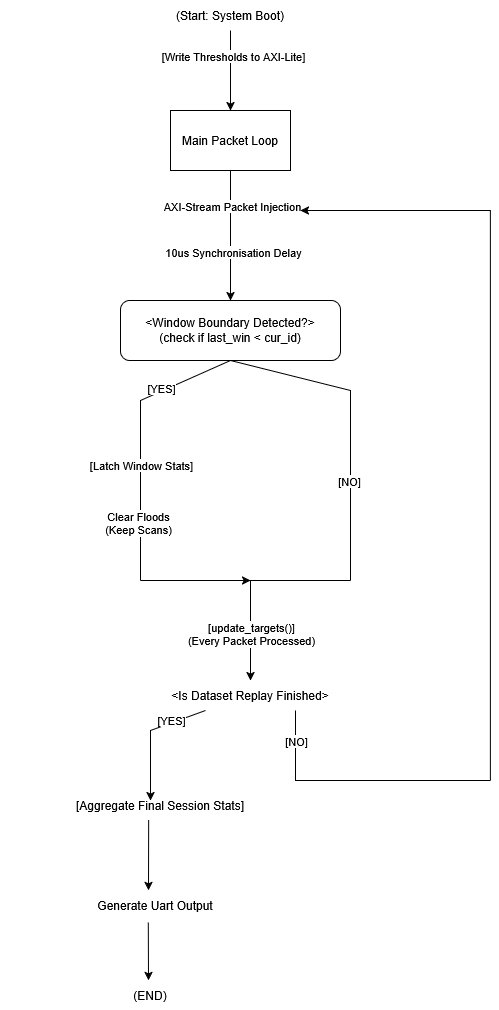
Earlier version of the draw.io export Images/flowchart_system.drawio.png (EoinShe/EE694-Capstone-Project-Final-Report). Source tidied: cells renumbered, new cells last; positions are measured from the earlier drawing's top-left corner, leaving out a move shared by most shapes. The source it was exported from:
```xml
<mxGraphModel>
  <root>
    <mxCell id="0" />
    <mxCell id="1" parent="0" />
    <mxCell id="2" value="(Start: System Boot)" style="text;html=1;whiteSpace=wrap;strokeColor=none;fillColor=none;align=center;verticalAlign=middle;rounded=0;" parent="1" vertex="1">
      <mxGeometry x="160" width="140" height="30" as="geometry" />
    </mxCell>
    <mxCell id="3" value="Main Packet Loop" style="rounded=0;whiteSpace=wrap;html=1;" parent="1" vertex="1">
      <mxGeometry x="170" y="110" width="120" height="60" as="geometry" />
    </mxCell>
    <mxCell id="4" style="endArrow=classic;html=1;rounded=0;exitX=0.5;exitY=1;exitDx=0;exitDy=0;" parent="1" edge="1" source="2" target="3">
      <mxGeometry relative="1" as="geometry" />
    </mxCell>
    <mxCell id="5" value="[Write Thresholds to AXI-Lite]" style="edgeLabel;html=1;align=center;verticalAlign=middle;" parent="4" vertex="1">
      <mxGeometry x="-0.37" y="2" relative="1" as="geometry" />
    </mxCell>
    <mxCell id="6" style="endArrow=classic;html=1;rounded=0;exitX=0.5;exitY=1;exitDx=0;exitDy=0;" parent="1" edge="1" source="3">
      <mxGeometry relative="1" as="geometry">
        <mxPoint x="230" y="300" as="targetPoint" />
      </mxGeometry>
    </mxCell>
    <mxCell id="7" value="AXI-Stream Packet Injection" style="edgeLabel;html=1;align=center;verticalAlign=middle;" parent="6" vertex="1">
      <mxGeometry x="-0.46" y="1" relative="1" as="geometry" />
    </mxCell>
    <mxCell id="8" value="10us Synchronisation Delay" style="edgeLabel;html=1;align=center;verticalAlign=middle;" parent="6" vertex="1">
      <mxGeometry x="0.25" y="2" relative="1" as="geometry" />
    </mxCell>
    <mxCell id="9" value="&lt;div&gt;&amp;lt;Window Boundary Detected?&amp;gt;&lt;/div&gt;(check if last_win &amp;lt; cur_id)" style="rounded=1;whiteSpace=wrap;html=1;" parent="1" vertex="1">
      <mxGeometry x="120" y="300" width="220" height="60" as="geometry" />
    </mxCell>
    <mxCell id="10" style="endArrow=none;html=1;rounded=0;exitX=0.5;exitY=1;exitDx=0;exitDy=0;endFill=0;" parent="1" edge="1" source="9">
      <mxGeometry relative="1" as="geometry">
        <mxPoint x="140" y="580" as="targetPoint" />
        <Array as="points">
          <mxPoint x="140" y="400" />
        </Array>
      </mxGeometry>
    </mxCell>
    <mxCell id="11" value="[YES]" style="edgeLabel;html=1;align=center;verticalAlign=middle;" parent="10" vertex="1">
      <mxGeometry x="-0.44" y="4" relative="1" as="geometry">
        <mxPoint y="-8" as="offset" />
      </mxGeometry>
    </mxCell>
    <mxCell id="12" value="[Latch Window Stats]" style="edgeLabel;html=1;align=center;verticalAlign=middle;" parent="10" vertex="1">
      <mxGeometry x="0.52" relative="1" as="geometry">
        <mxPoint y="-49" as="offset" />
      </mxGeometry>
    </mxCell>
    <mxCell id="13" value="&lt;div&gt;Clear Floods&lt;/div&gt;&lt;div&gt;(Keep Scans)&lt;/div&gt;" style="edgeLabel;html=1;align=center;verticalAlign=middle;" parent="10" vertex="1">
      <mxGeometry x="0.58" y="-3" relative="1" as="geometry" />
    </mxCell>
    <mxCell id="14" style="endArrow=classic;html=1;rounded=0;" parent="1" edge="1">
      <mxGeometry relative="1" as="geometry">
        <mxPoint x="140" y="580" as="sourcePoint" />
        <mxPoint x="250" y="580" as="targetPoint" />
      </mxGeometry>
    </mxCell>
    <mxCell id="15" style="endArrow=none;html=1;rounded=0;" parent="1" edge="1">
      <mxGeometry relative="1" as="geometry">
        <mxPoint x="240" y="580" as="sourcePoint" />
        <mxPoint x="350" y="580" as="targetPoint" />
      </mxGeometry>
    </mxCell>
    <mxCell id="16" style="endArrow=none;html=1;rounded=0;entryX=0.5;entryY=1;entryDx=0;entryDy=0;" parent="1" edge="1" target="9">
      <mxGeometry relative="1" as="geometry">
        <mxPoint x="350" y="580" as="sourcePoint" />
        <Array as="points">
          <mxPoint x="350" y="390" />
        </Array>
      </mxGeometry>
    </mxCell>
    <mxCell id="17" value="[NO]" style="edgeLabel;html=1;align=center;verticalAlign=middle;" parent="16" vertex="1">
      <mxGeometry x="-0.36" y="2" relative="1" as="geometry" />
    </mxCell>
    <mxCell id="18" style="endArrow=classic;html=1;rounded=0;" parent="1" edge="1">
      <mxGeometry relative="1" as="geometry">
        <mxPoint x="250" y="580" as="sourcePoint" />
        <mxPoint x="250" y="680" as="targetPoint" />
      </mxGeometry>
    </mxCell>
    <mxCell id="19" value="&lt;div&gt;[update_targets()]&lt;/div&gt;&lt;div&gt;(Every Packet Processed)&lt;/div&gt;" style="edgeLabel;html=1;align=center;verticalAlign=middle;" parent="18" vertex="1">
      <mxGeometry x="-0.34" relative="1" as="geometry">
        <mxPoint y="20" as="offset" />
      </mxGeometry>
    </mxCell>
    <mxCell id="20" value="&amp;lt;Is Dataset Replay Finished&amp;gt;" style="text;html=1;whiteSpace=wrap;strokeColor=none;fillColor=none;align=center;verticalAlign=middle;rounded=0;" parent="1" vertex="1">
      <mxGeometry x="160" y="680" width="180" height="30" as="geometry" />
    </mxCell>
    <mxCell id="21" style="endArrow=none;html=1;rounded=0;entryX=0.75;entryY=1;entryDx=0;entryDy=0;curved=0;" parent="1" edge="1" target="20">
      <mxGeometry relative="1" as="geometry">
        <mxPoint x="490" y="780" as="sourcePoint" />
        <Array as="points">
          <mxPoint x="295" y="780" />
        </Array>
      </mxGeometry>
    </mxCell>
    <mxCell id="22" value="[NO]" style="edgeLabel;html=1;align=center;verticalAlign=middle;" parent="21" vertex="1">
      <mxGeometry x="0.78" relative="1" as="geometry" />
    </mxCell>
    <mxCell id="23" style="endArrow=classic;html=1;rounded=0;curved=0;" parent="1" edge="1">
      <mxGeometry relative="1" as="geometry">
        <mxPoint x="490" y="780" as="sourcePoint" />
        <mxPoint x="300" y="210" as="targetPoint" />
        <Array as="points">
          <mxPoint x="490" y="210" />
        </Array>
      </mxGeometry>
    </mxCell>
    <mxCell id="24" style="endArrow=classic;html=1;rounded=0;exitX=0.25;exitY=1;exitDx=0;exitDy=0;" parent="1" edge="1" source="20">
      <mxGeometry relative="1" as="geometry">
        <mxPoint x="150" y="800" as="targetPoint" />
        <Array as="points">
          <mxPoint x="150" y="730" />
        </Array>
      </mxGeometry>
    </mxCell>
    <mxCell id="25" value="[YES]" style="edgeLabel;html=1;align=center;verticalAlign=middle;" parent="24" vertex="1">
      <mxGeometry x="-0.43" relative="1" as="geometry">
        <mxPoint y="-3" as="offset" />
      </mxGeometry>
    </mxCell>
    <mxCell id="26" value="[Aggregate Final Session Stats]" style="text;html=1;whiteSpace=wrap;strokeColor=none;fillColor=none;align=center;verticalAlign=middle;rounded=0;" parent="1" vertex="1">
      <mxGeometry y="790" width="320" height="30" as="geometry" />
    </mxCell>
    <mxCell id="27" style="endArrow=classic;html=1;rounded=0;exitX=0.463;exitY=0.989;exitDx=0;exitDy=0;exitPerimeter=0;" parent="1" edge="1" source="26">
      <mxGeometry relative="1" as="geometry">
        <mxPoint x="148" y="890" as="targetPoint" />
      </mxGeometry>
    </mxCell>
    <mxCell id="28" value="Generate Uart Output" style="text;html=1;whiteSpace=wrap;strokeColor=none;fillColor=none;align=center;verticalAlign=middle;rounded=0;" parent="1" vertex="1">
      <mxGeometry x="80" y="890" width="150" height="30" as="geometry" />
    </mxCell>
    <mxCell id="29" style="endArrow=classic;html=1;rounded=0;exitX=0.452;exitY=1.07;exitDx=0;exitDy=0;exitPerimeter=0;" parent="1" edge="1" source="28">
      <mxGeometry relative="1" as="geometry">
        <mxPoint x="148" y="980" as="targetPoint" />
      </mxGeometry>
    </mxCell>
    <mxCell id="30" value="(END)" style="text;html=1;whiteSpace=wrap;strokeColor=none;fillColor=none;align=center;verticalAlign=middle;rounded=0;" parent="1" vertex="1">
      <mxGeometry x="120" y="980" width="60" height="30" as="geometry" />
    </mxCell>
  </root>
</mxGraphModel>
```
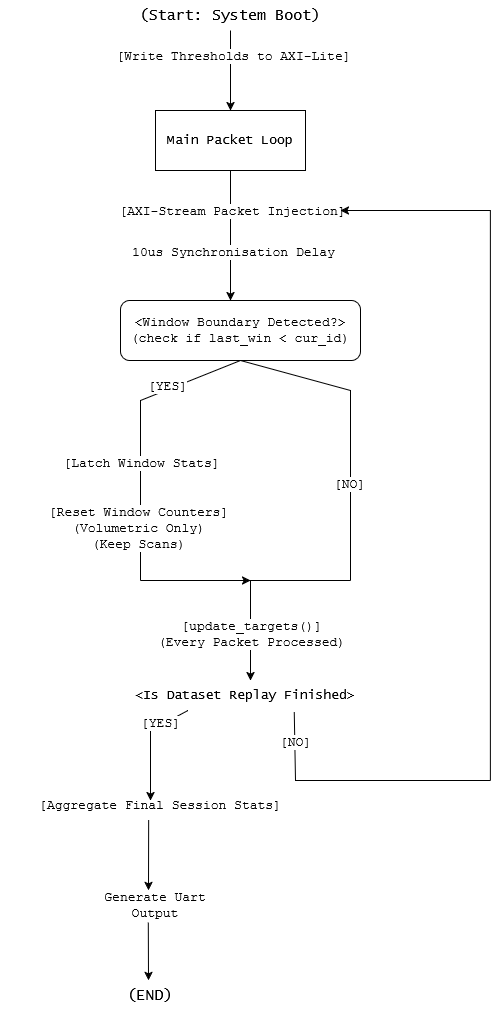
Above is the later version.

What changed in the source:
```diff
@@ -2,16 +2,16 @@
   <root>
     <mxCell id="0" />
     <mxCell id="1" parent="0" />
-    <mxCell id="2" value="(Start: System Boot)" style="text;html=1;whiteSpace=wrap;strokeColor=none;fillColor=none;align=center;verticalAlign=middle;rounded=0;" parent="1" vertex="1">
-      <mxGeometry x="160" width="140" height="30" as="geometry" />
+    <mxCell id="2" value="(Start: System Boot)" style="text;html=1;whiteSpace=wrap;strokeColor=none;fillColor=none;align=center;verticalAlign=middle;rounded=0;fontSize=15;fontFamily=Lucida Console;" parent="1" vertex="1">
+      <mxGeometry x="120" width="220" height="30" as="geometry" />
     </mxCell>
-    <mxCell id="3" value="Main Packet Loop" style="rounded=0;whiteSpace=wrap;html=1;" parent="1" vertex="1">
-      <mxGeometry x="170" y="110" width="120" height="60" as="geometry" />
+    <mxCell id="3" value="&lt;font face=&quot;Lucida Console&quot; style=&quot;font-size: 13px;&quot;&gt;Main Packet Loop&lt;/font&gt;" style="rounded=0;whiteSpace=wrap;html=1;" parent="1" vertex="1">
+      <mxGeometry x="155" y="110" width="150" height="60" as="geometry" />
     </mxCell>
     <mxCell id="4" style="endArrow=classic;html=1;rounded=0;exitX=0.5;exitY=1;exitDx=0;exitDy=0;" parent="1" edge="1" source="2" target="3">
       <mxGeometry relative="1" as="geometry" />
     </mxCell>
-    <mxCell id="5" value="[Write Thresholds to AXI-Lite]" style="edgeLabel;html=1;align=center;verticalAlign=middle;" parent="4" vertex="1">
+    <mxCell id="5" value="&lt;font style=&quot;font-size: 13px;&quot; face=&quot;Courier New&quot;&gt;[Write Thresholds to AXI-Lite]&lt;/font&gt;" style="edgeLabel;html=1;align=center;verticalAlign=middle;" parent="4" vertex="1">
       <mxGeometry x="-0.37" y="2" relative="1" as="geometry" />
     </mxCell>
     <mxCell id="6" style="endArrow=classic;html=1;rounded=0;exitX=0.5;exitY=1;exitDx=0;exitDy=0;" parent="1" edge="1" source="3">
@@ -19,14 +19,16 @@
         <mxPoint x="230" y="300" as="targetPoint" />
       </mxGeometry>
     </mxCell>
-    <mxCell id="7" value="AXI-Stream Packet Injection" style="edgeLabel;html=1;align=center;verticalAlign=middle;" parent="6" vertex="1">
-      <mxGeometry x="-0.46" y="1" relative="1" as="geometry" />
+    <mxCell id="7" value="[AXI-Stream Packet Injection]" style="edgeLabel;html=1;align=center;verticalAlign=middle;fontFamily=Courier New;fontSize=13;" parent="6" vertex="1">
+      <mxGeometry x="-0.46" y="1" relative="1" as="geometry">
+        <mxPoint y="5" as="offset" />
+      </mxGeometry>
     </mxCell>
-    <mxCell id="8" value="10us Synchronisation Delay" style="edgeLabel;html=1;align=center;verticalAlign=middle;" parent="6" vertex="1">
+    <mxCell id="8" value="&lt;font face=&quot;Courier New&quot; style=&quot;font-size: 13px;&quot;&gt;10us Synchronisation Delay&lt;/font&gt;" style="edgeLabel;html=1;align=center;verticalAlign=middle;" parent="6" vertex="1">
       <mxGeometry x="0.25" y="2" relative="1" as="geometry" />
     </mxCell>
-    <mxCell id="9" value="&lt;div&gt;&amp;lt;Window Boundary Detected?&amp;gt;&lt;/div&gt;(check if last_win &amp;lt; cur_id)" style="rounded=1;whiteSpace=wrap;html=1;" parent="1" vertex="1">
-      <mxGeometry x="120" y="300" width="220" height="60" as="geometry" />
+    <mxCell id="9" value="&lt;div&gt;&lt;font style=&quot;font-size: 13px;&quot; face=&quot;Courier New&quot;&gt;&amp;lt;Window Boundary Detected?&amp;gt;&lt;/font&gt;&lt;/div&gt;&lt;font style=&quot;font-size: 13px;&quot; face=&quot;Courier New&quot;&gt;(check if last_win &amp;lt; cur_id)&lt;/font&gt;" style="rounded=1;whiteSpace=wrap;html=1;" parent="1" vertex="1">
+      <mxGeometry x="120" y="300" width="240" height="60" as="geometry" />
     </mxCell>
     <mxCell id="10" style="endArrow=none;html=1;rounded=0;exitX=0.5;exitY=1;exitDx=0;exitDy=0;endFill=0;" parent="1" edge="1" source="9">
       <mxGeometry relative="1" as="geometry">
@@ -36,18 +38,20 @@
         </Array>
       </mxGeometry>
     </mxCell>
-    <mxCell id="11" value="[YES]" style="edgeLabel;html=1;align=center;verticalAlign=middle;" parent="10" vertex="1">
+    <mxCell id="11" value="&lt;font style=&quot;font-size: 13px;&quot; face=&quot;Courier New&quot;&gt;[YES]&lt;/font&gt;" style="edgeLabel;html=1;align=center;verticalAlign=middle;" parent="10" vertex="1">
       <mxGeometry x="-0.44" y="4" relative="1" as="geometry">
         <mxPoint y="-8" as="offset" />
       </mxGeometry>
     </mxCell>
-    <mxCell id="12" value="[Latch Window Stats]" style="edgeLabel;html=1;align=center;verticalAlign=middle;" parent="10" vertex="1">
+    <mxCell id="12" value="&lt;font style=&quot;font-size: 13px;&quot; face=&quot;Courier New&quot;&gt;[Latch Window Stats]&lt;/font&gt;" style="edgeLabel;html=1;align=center;verticalAlign=middle;" parent="10" vertex="1">
       <mxGeometry x="0.52" relative="1" as="geometry">
         <mxPoint y="-49" as="offset" />
       </mxGeometry>
     </mxCell>
-    <mxCell id="13" value="&lt;div&gt;Clear Floods&lt;/div&gt;&lt;div&gt;(Keep Scans)&lt;/div&gt;" style="edgeLabel;html=1;align=center;verticalAlign=middle;" parent="10" vertex="1">
-      <mxGeometry x="0.58" y="-3" relative="1" as="geometry" />
+    <mxCell id="13" value="&lt;div&gt;&lt;font style=&quot;font-size: 13px;&quot; face=&quot;Courier New&quot;&gt;[Reset Window Counters]&lt;/font&gt;&lt;/div&gt;&lt;div&gt;&lt;font style=&quot;font-size: 13px;&quot; face=&quot;Courier New&quot;&gt;(Volumetric Only)&lt;/font&gt;&lt;/div&gt;&lt;div&gt;&lt;font style=&quot;font-size: 13px;&quot; face=&quot;Courier New&quot;&gt;(Keep Scans)&lt;/font&gt;&lt;/div&gt;" style="edgeLabel;html=1;align=center;verticalAlign=middle;" parent="10" vertex="1">
+      <mxGeometry x="0.58" y="-3" relative="1" as="geometry">
+        <mxPoint y="7" as="offset" />
+      </mxGeometry>
     </mxCell>
     <mxCell id="14" style="endArrow=classic;html=1;rounded=0;" parent="1" edge="1">
       <mxGeometry relative="1" as="geometry">
@@ -69,7 +73,7 @@
         </Array>
       </mxGeometry>
     </mxCell>
-    <mxCell id="17" value="[NO]" style="edgeLabel;html=1;align=center;verticalAlign=middle;" parent="16" vertex="1">
+    <mxCell id="17" value="&lt;font style=&quot;font-size: 13px;&quot; face=&quot;Courier New&quot;&gt;[NO]&lt;/font&gt;" style="edgeLabel;html=1;align=center;verticalAlign=middle;" parent="16" vertex="1">
       <mxGeometry x="-0.36" y="2" relative="1" as="geometry" />
     </mxCell>
     <mxCell id="18" style="endArrow=classic;html=1;rounded=0;" parent="1" edge="1">
@@ -78,15 +82,15 @@
         <mxPoint x="250" y="680" as="targetPoint" />
       </mxGeometry>
     </mxCell>
-    <mxCell id="19" value="&lt;div&gt;[update_targets()]&lt;/div&gt;&lt;div&gt;(Every Packet Processed)&lt;/div&gt;" style="edgeLabel;html=1;align=center;verticalAlign=middle;" parent="18" vertex="1">
+    <mxCell id="19" value="&lt;div&gt;&lt;font style=&quot;font-size: 13px;&quot; face=&quot;Courier New&quot;&gt;[update_targets()]&lt;/font&gt;&lt;/div&gt;&lt;div&gt;&lt;font style=&quot;font-size: 13px;&quot; face=&quot;Courier New&quot;&gt;(Every Packet Processed)&lt;/font&gt;&lt;/div&gt;" style="edgeLabel;html=1;align=center;verticalAlign=middle;" parent="18" vertex="1">
       <mxGeometry x="-0.34" relative="1" as="geometry">
         <mxPoint y="20" as="offset" />
       </mxGeometry>
     </mxCell>
-    <mxCell id="20" value="&amp;lt;Is Dataset Replay Finished&amp;gt;" style="text;html=1;whiteSpace=wrap;strokeColor=none;fillColor=none;align=center;verticalAlign=middle;rounded=0;" parent="1" vertex="1">
-      <mxGeometry x="160" y="680" width="180" height="30" as="geometry" />
+    <mxCell id="20" value="&lt;font face=&quot;Lucida Console&quot; style=&quot;font-size: 13px;&quot;&gt;&amp;lt;Is Dataset Replay Finished&amp;gt;&lt;/font&gt;" style="text;html=1;whiteSpace=wrap;strokeColor=none;fillColor=none;align=center;verticalAlign=middle;rounded=0;" parent="1" vertex="1">
+      <mxGeometry x="130" y="680" width="230" height="30" as="geometry" />
     </mxCell>
-    <mxCell id="21" style="endArrow=none;html=1;rounded=0;entryX=0.75;entryY=1;entryDx=0;entryDy=0;curved=0;" parent="1" edge="1" target="20">
+    <mxCell id="21" style="endArrow=none;html=1;rounded=0;entryX=0.712;entryY=1.042;entryDx=0;entryDy=0;curved=0;entryPerimeter=0;" parent="1" edge="1" target="20">
       <mxGeometry relative="1" as="geometry">
         <mxPoint x="490" y="780" as="sourcePoint" />
         <Array as="points">
@@ -94,13 +98,13 @@
         </Array>
       </mxGeometry>
     </mxCell>
-    <mxCell id="22" value="[NO]" style="edgeLabel;html=1;align=center;verticalAlign=middle;" parent="21" vertex="1">
+    <mxCell id="22" value="&lt;font style=&quot;font-size: 13px;&quot; face=&quot;Courier New&quot;&gt;[NO]&lt;/font&gt;" style="edgeLabel;html=1;align=center;verticalAlign=middle;" parent="21" vertex="1">
       <mxGeometry x="0.78" relative="1" as="geometry" />
     </mxCell>
     <mxCell id="23" style="endArrow=classic;html=1;rounded=0;curved=0;" parent="1" edge="1">
       <mxGeometry relative="1" as="geometry">
         <mxPoint x="490" y="780" as="sourcePoint" />
-        <mxPoint x="300" y="210" as="targetPoint" />
+        <mxPoint x="340" y="210" as="targetPoint" />
         <Array as="points">
           <mxPoint x="490" y="210" />
         </Array>
@@ -114,12 +118,12 @@
         </Array>
       </mxGeometry>
     </mxCell>
-    <mxCell id="25" value="[YES]" style="edgeLabel;html=1;align=center;verticalAlign=middle;" parent="24" vertex="1">
+    <mxCell id="25" value="&lt;font style=&quot;font-size: 13px;&quot; face=&quot;Courier New&quot;&gt;[YES]&lt;/font&gt;" style="edgeLabel;html=1;align=center;verticalAlign=middle;" parent="24" vertex="1">
       <mxGeometry x="-0.43" relative="1" as="geometry">
         <mxPoint y="-3" as="offset" />
       </mxGeometry>
     </mxCell>
-    <mxCell id="26" value="[Aggregate Final Session Stats]" style="text;html=1;whiteSpace=wrap;strokeColor=none;fillColor=none;align=center;verticalAlign=middle;rounded=0;" parent="1" vertex="1">
+    <mxCell id="26" value="&lt;font style=&quot;font-size: 13px;&quot; face=&quot;Courier New&quot;&gt;[Aggregate Final Session Stats]&lt;/font&gt;" style="text;html=1;whiteSpace=wrap;strokeColor=none;fillColor=none;align=center;verticalAlign=middle;rounded=0;" parent="1" vertex="1">
       <mxGeometry y="790" width="320" height="30" as="geometry" />
     </mxCell>
     <mxCell id="27" style="endArrow=classic;html=1;rounded=0;exitX=0.463;exitY=0.989;exitDx=0;exitDy=0;exitPerimeter=0;" parent="1" edge="1" source="26">
@@ -127,7 +131,7 @@
         <mxPoint x="148" y="890" as="targetPoint" />
       </mxGeometry>
     </mxCell>
-    <mxCell id="28" value="Generate Uart Output" style="text;html=1;whiteSpace=wrap;strokeColor=none;fillColor=none;align=center;verticalAlign=middle;rounded=0;" parent="1" vertex="1">
+    <mxCell id="28" value="&lt;font style=&quot;font-size: 13px;&quot; face=&quot;Courier New&quot;&gt;Generate Uart Output&lt;/font&gt;" style="text;html=1;whiteSpace=wrap;strokeColor=none;fillColor=none;align=center;verticalAlign=middle;rounded=0;" parent="1" vertex="1">
       <mxGeometry x="80" y="890" width="150" height="30" as="geometry" />
     </mxCell>
     <mxCell id="29" style="endArrow=classic;html=1;rounded=0;exitX=0.452;exitY=1.07;exitDx=0;exitDy=0;exitPerimeter=0;" parent="1" edge="1" source="28">
@@ -135,7 +139,7 @@
         <mxPoint x="148" y="980" as="targetPoint" />
       </mxGeometry>
     </mxCell>
-    <mxCell id="30" value="(END)" style="text;html=1;whiteSpace=wrap;strokeColor=none;fillColor=none;align=center;verticalAlign=middle;rounded=0;" parent="1" vertex="1">
+    <mxCell id="30" value="&lt;font style=&quot;font-size: 15px;&quot; face=&quot;Lucida Console&quot;&gt;(END)&lt;/font&gt;" style="text;html=1;whiteSpace=wrap;strokeColor=none;fillColor=none;align=center;verticalAlign=middle;rounded=0;" parent="1" vertex="1">
       <mxGeometry x="120" y="980" width="60" height="30" as="geometry" />
     </mxCell>
   </root>
```
